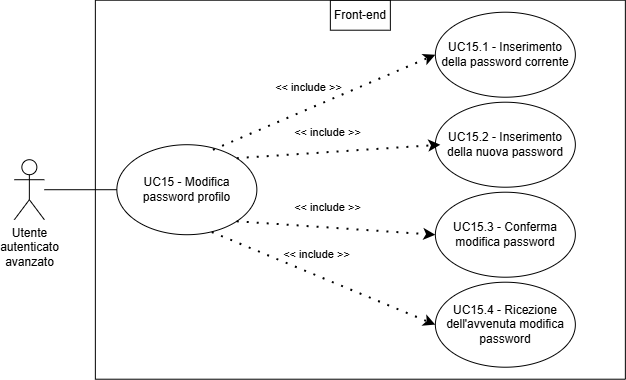
The draw.io diagram assets/diagrams/UC15.png in SkarabGroup/DocumentazioneProgetto, before a commit. Source tidied: cells renumbered, new cells last; positions are measured from the earlier drawing's top-left corner, leaving out a move shared by most shapes.
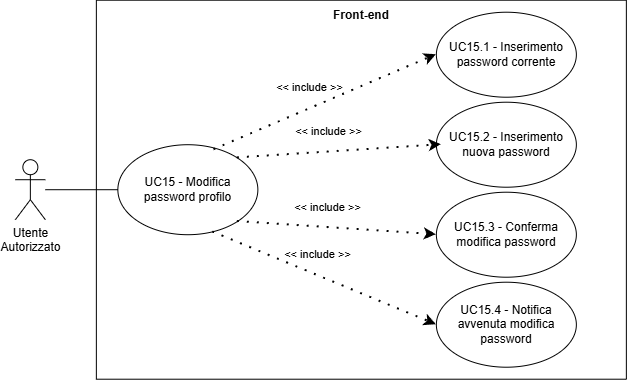
After the commit.

What changed in the source:
```diff
@@ -5,7 +5,7 @@
     <mxCell id="2" style="swimlane;startSize=0;" parent="1" vertex="1">
       <mxGeometry x="80.9" y="-0.3" width="530" height="379" as="geometry" />
     </mxCell>
-    <mxCell id="3" value="Utente&lt;div&gt;&lt;span style=&quot;background-color: transparent; color: light-dark(rgb(0, 0, 0), rgb(255, 255, 255));&quot;&gt;autenticato&lt;/span&gt;&lt;/div&gt;&lt;div&gt;&lt;span style=&quot;background-color: transparent; color: light-dark(rgb(0, 0, 0), rgb(255, 255, 255));&quot;&gt;avanzato&lt;/span&gt;&lt;/div&gt;" style="shape=umlActor;verticalLabelPosition=bottom;verticalAlign=top;html=1;outlineConnect=0;align=center;" parent="2" vertex="1">
+    <mxCell id="3" value="Utente&lt;div&gt;Autorizzato&lt;/div&gt;" style="shape=umlActor;verticalLabelPosition=bottom;verticalAlign=top;html=1;outlineConnect=0;align=center;" parent="2" vertex="1">
       <mxGeometry x="-81" y="159.5" width="30" height="60" as="geometry" />
     </mxCell>
     <mxCell id="4" style="ellipse;whiteSpace=wrap;html=1;" parent="2" vertex="1">
@@ -17,7 +17,7 @@
     <mxCell id="6" style="ellipse;whiteSpace=wrap;html=1;" parent="2" vertex="1">
       <mxGeometry x="340" y="12" width="140" height="85" as="geometry" />
     </mxCell>
-    <mxCell id="7" value="UC15.1 - Inserimento della password corrente" style="text;html=1;align=center;verticalAlign=middle;whiteSpace=wrap;rounded=0;" parent="2" vertex="1">
+    <mxCell id="7" value="UC15.1 - Inserimento password corrente" style="text;html=1;align=center;verticalAlign=middle;whiteSpace=wrap;rounded=0;" parent="2" vertex="1">
       <mxGeometry x="345" y="19.5" width="130" height="70" as="geometry" />
     </mxCell>
     <mxCell id="8" value="&amp;lt;&amp;lt; include &amp;gt;&amp;gt;" style="endArrow=classic;startArrow=none;endFill=1;startFill=0;html=1;verticalAlign=bottom;dashed=1;labelBackgroundColor=none;rounded=0;dashPattern=1 4;curved=0;endSize=6;strokeWidth=2;entryX=0;entryY=0.5;entryDx=0;entryDy=0;exitX=0.686;exitY=0.056;exitDx=0;exitDy=0;exitPerimeter=0;" parent="2" edge="1" source="4" target="6">
@@ -29,7 +29,7 @@
     <mxCell id="10" style="ellipse;whiteSpace=wrap;html=1;" parent="2" vertex="1">
       <mxGeometry x="340" y="102" width="140" height="85" as="geometry" />
     </mxCell>
-    <mxCell id="11" value="UC15.2 - Inserimento della nuova password" style="text;html=1;align=center;verticalAlign=middle;whiteSpace=wrap;rounded=0;" parent="2" vertex="1">
+    <mxCell id="11" value="UC15.2 - Inserimento nuova password" style="text;html=1;align=center;verticalAlign=middle;whiteSpace=wrap;rounded=0;" parent="2" vertex="1">
       <mxGeometry x="345" y="109.5" width="130" height="70" as="geometry" />
     </mxCell>
     <mxCell id="12" style="ellipse;whiteSpace=wrap;html=1;" parent="2" vertex="1">
@@ -41,7 +41,7 @@
     <mxCell id="14" style="ellipse;whiteSpace=wrap;html=1;" parent="2" vertex="1">
       <mxGeometry x="340" y="282" width="140" height="85" as="geometry" />
     </mxCell>
-    <mxCell id="15" value="UC15.4 - Ricezione dell'avvenuta modifica password" style="text;html=1;align=center;verticalAlign=middle;whiteSpace=wrap;rounded=0;" parent="2" vertex="1">
+    <mxCell id="15" value="UC15.4 - Notifica avvenuta modifica password" style="text;html=1;align=center;verticalAlign=middle;whiteSpace=wrap;rounded=0;" parent="2" vertex="1">
       <mxGeometry x="345" y="289.5" width="130" height="70" as="geometry" />
     </mxCell>
     <mxCell id="16" value="&amp;lt;&amp;lt; include &amp;gt;&amp;gt;" style="endArrow=classic;startArrow=none;endFill=1;startFill=0;html=1;verticalAlign=bottom;dashed=1;labelBackgroundColor=none;rounded=0;dashPattern=1 4;curved=0;endSize=6;strokeWidth=2;entryX=0;entryY=0.5;entryDx=0;entryDy=0;exitX=1;exitY=0;exitDx=0;exitDy=0;" parent="2" edge="1" source="4" target="11">
@@ -53,7 +53,7 @@
     <mxCell id="18" value="&amp;lt;&amp;lt; include &amp;gt;&amp;gt;" style="endArrow=classic;startArrow=none;endFill=1;startFill=0;html=1;verticalAlign=bottom;dashed=1;labelBackgroundColor=none;rounded=0;dashPattern=1 4;curved=0;endSize=6;strokeWidth=2;entryX=0;entryY=0.5;entryDx=0;entryDy=0;exitX=0.678;exitY=0.97;exitDx=0;exitDy=0;exitPerimeter=0;" parent="2" edge="1" source="4" target="14">
       <mxGeometry x="-0.1" y="11" relative="1" as="geometry" />
     </mxCell>
-    <mxCell id="19" value="Front-end" style="text;html=1;align=center;verticalAlign=middle;whiteSpace=wrap;rounded=0;strokeColor=default;perimeterSpacing=1;" parent="2" vertex="1">
+    <mxCell id="19" value="Front-end" style="text;html=1;align=center;verticalAlign=middle;whiteSpace=wrap;rounded=0;strokeColor=none;perimeterSpacing=1;fontStyle=1;" parent="2" vertex="1">
       <mxGeometry x="235" width="60" height="30" as="geometry" />
     </mxCell>
   </root>
```
